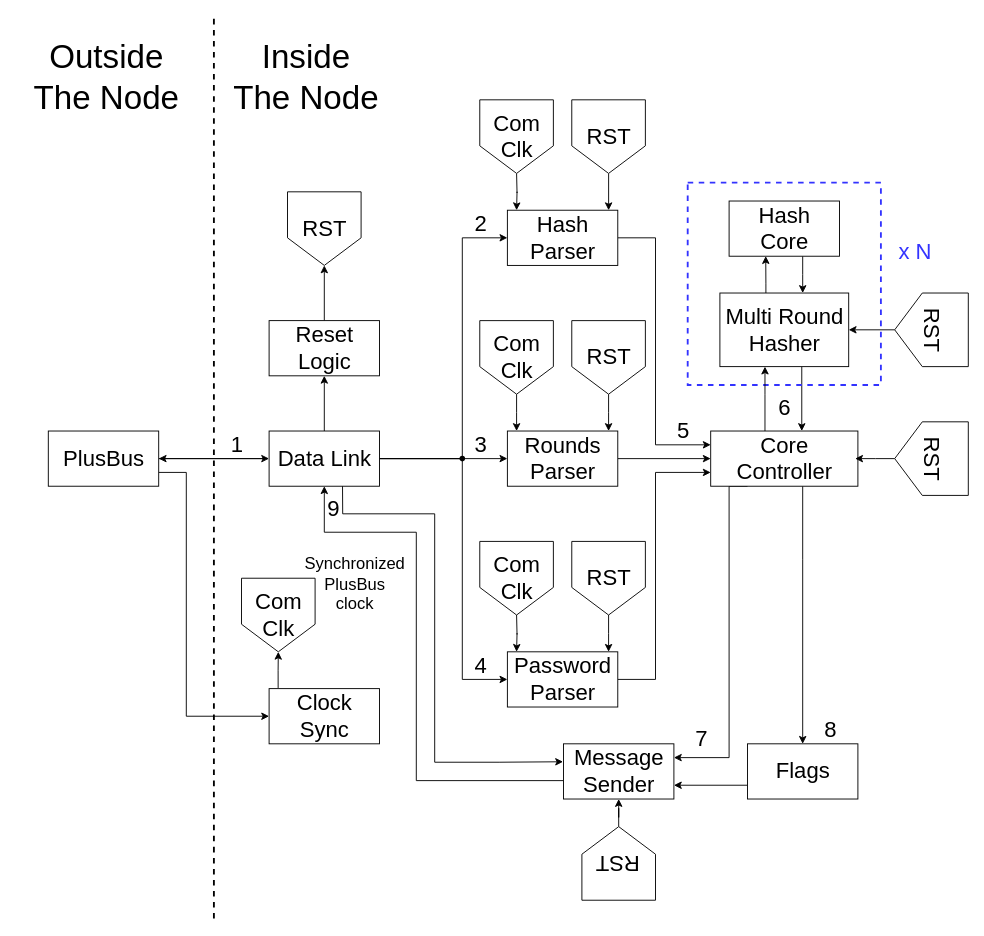
The draw.io diagram figures/prototype/node_structure/node_structure.drawio in Niclasapdk/ESD3_project, before the edit. Source tidied: cells renumbered, new cells numbered last; positions are measured from the earlier drawing's top-left corner, leaving out a move shared by most shapes. Both pictures are drawn from the tidied source at 92%, with x=0, y=0 at pixel (29, 17).
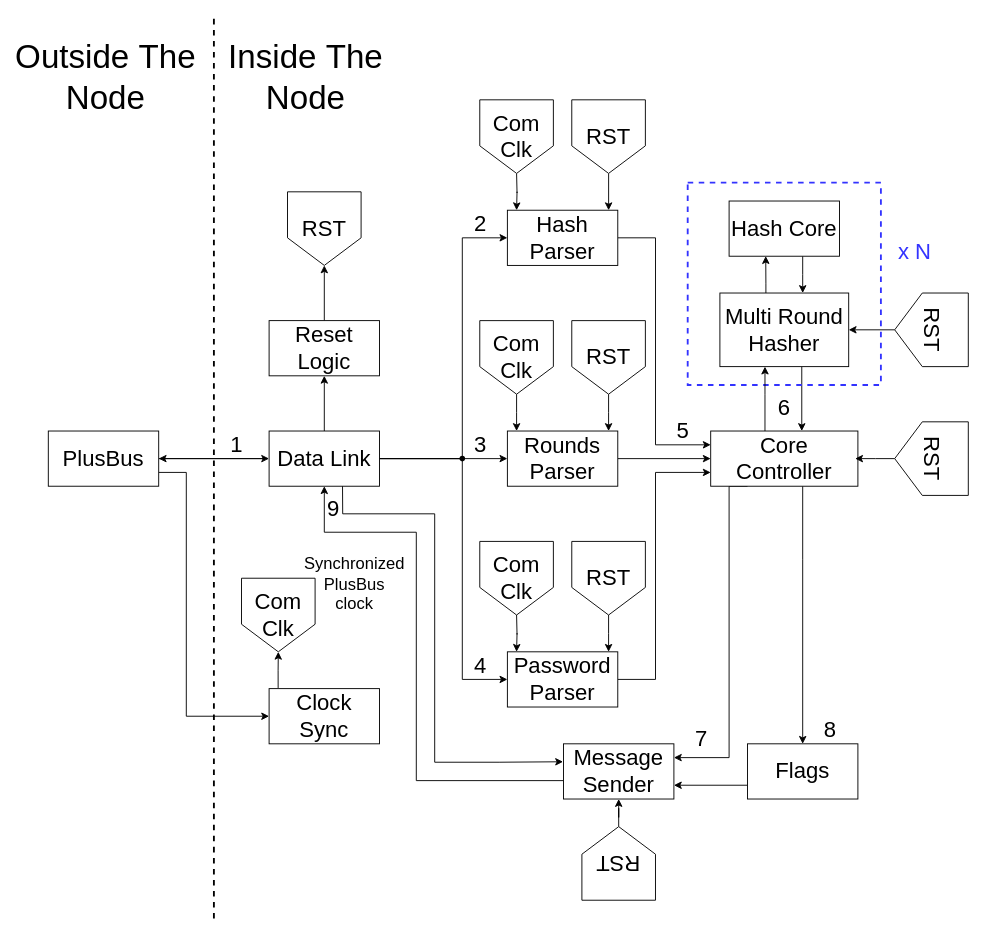
Above is the later version.

Commit message:
turn word wrap back on in node_structure.drawio

Change to the diagram source:
```diff
@@
-    <mxCell id="4" value="&lt;font style=&quot;font-size: 24px;&quot;&gt;PlusBus&lt;/font&gt;" style="rounded=0;html=1;fontSize=16;" parent="1" vertex="1">
+    <mxCell id="4" value="&lt;font style=&quot;font-size: 24px;&quot;&gt;PlusBus&lt;/font&gt;" style="rounded=0;html=1;fontSize=16;whiteSpace=wrap;" parent="1" vertex="1">
       <mxGeometry x="20" y="450" width="120" height="60" as="geometry" />
     </mxCell>
@@
-    <mxCell id="7" value="&lt;font style=&quot;font-size: 24px;&quot;&gt;Clock&lt;br&gt;Sync&lt;br&gt;&lt;/font&gt;" style="rounded=0;html=1;" parent="1" vertex="1">
+    <mxCell id="7" value="&lt;font style=&quot;font-size: 24px;&quot;&gt;Clock Sync&lt;br&gt;&lt;/font&gt;" style="rounded=0;html=1;whiteSpace=wrap;" parent="1" vertex="1">
       <mxGeometry x="260" y="730" width="120" height="60" as="geometry" />
     </mxCell>
@@
-    <mxCell id="12" value="&lt;font style=&quot;font-size: 24px;&quot;&gt;Data Link&lt;br&gt;&lt;/font&gt;" style="rounded=0;html=1;" parent="1" vertex="1">
+    <mxCell id="12" value="&lt;font style=&quot;font-size: 24px;&quot;&gt;Data Link&lt;br&gt;&lt;/font&gt;" style="rounded=0;html=1;whiteSpace=wrap;" parent="1" vertex="1">
       <mxGeometry x="260" y="450" width="120" height="60" as="geometry" />
     </mxCell>
-    <mxCell id="13" value="&lt;font style=&quot;font-size: 24px;&quot;&gt;Com&lt;br&gt;Clk&lt;br&gt;&lt;/font&gt;" style="shape=offPageConnector;html=1;" parent="1" vertex="1">
+    <mxCell id="13" value="&lt;font style=&quot;font-size: 24px;&quot;&gt;Com Clk&lt;br&gt;&lt;/font&gt;" style="shape=offPageConnector;html=1;whiteSpace=wrap;" parent="1" vertex="1">
       <mxGeometry x="230" y="610" width="80" height="80" as="geometry" />
     </mxCell>
@@
-    <mxCell id="15" value="&lt;font style=&quot;font-size: 24px;&quot;&gt;Reset&lt;br&gt;Logic&lt;br&gt;&lt;/font&gt;" style="rounded=0;html=1;fontSize=16;" parent="1" vertex="1">
+    <mxCell id="15" value="&lt;font style=&quot;font-size: 24px;&quot;&gt;Reset Logic&lt;br&gt;&lt;/font&gt;" style="rounded=0;html=1;fontSize=16;whiteSpace=wrap;" parent="1" vertex="1">
       <mxGeometry x="260" y="330" width="120" height="60" as="geometry" />
     </mxCell>
-    <mxCell id="16" value="&lt;font style=&quot;font-size: 24px;&quot;&gt;RST&lt;/font&gt;" style="shape=offPageConnector;html=1;" parent="1" vertex="1">
+    <mxCell id="16" value="&lt;font style=&quot;font-size: 24px;&quot;&gt;RST&lt;/font&gt;" style="shape=offPageConnector;html=1;whiteSpace=wrap;" parent="1" vertex="1">
       <mxGeometry x="280" y="190" width="80" height="80" as="geometry" />
     </mxCell>
@@
-    <mxCell id="18" value="&lt;font style=&quot;font-size: 24px;&quot;&gt;Rounds&lt;br&gt;Parser&lt;br&gt;&lt;/font&gt;" style="rounded=0;html=1;fontSize=16;" parent="1" vertex="1">
+    <mxCell id="18" value="&lt;font style=&quot;font-size: 24px;&quot;&gt;Rounds Parser&lt;br&gt;&lt;/font&gt;" style="rounded=0;html=1;fontSize=16;whiteSpace=wrap;" parent="1" vertex="1">
       <mxGeometry x="519" y="450" width="120" height="60" as="geometry" />
     </mxCell>
@@
-    <mxCell id="20" value="&lt;font style=&quot;font-size: 24px;&quot;&gt;Hash&lt;br&gt;Parser&lt;br&gt;&lt;/font&gt;" style="rounded=0;html=1;fontSize=16;" parent="1" vertex="1">
+    <mxCell id="20" value="&lt;font style=&quot;font-size: 24px;&quot;&gt;Hash Parser&lt;br&gt;&lt;/font&gt;" style="rounded=0;html=1;fontSize=16;whiteSpace=wrap;" parent="1" vertex="1">
       <mxGeometry x="519" y="210" width="120" height="60" as="geometry" />
     </mxCell>
@@
-    <mxCell id="22" value="&lt;font style=&quot;font-size: 24px;&quot;&gt;Password&lt;br&gt;Parser&lt;br&gt;&lt;/font&gt;" style="rounded=0;html=1;fontSize=16;" parent="1" vertex="1">
+    <mxCell id="22" value="&lt;font style=&quot;font-size: 24px;&quot;&gt;Password Parser&lt;br&gt;&lt;/font&gt;" style="rounded=0;html=1;fontSize=16;whiteSpace=wrap;" parent="1" vertex="1">
       <mxGeometry x="519" y="690" width="120" height="60" as="geometry" />
     </mxCell>
@@
-    <mxCell id="24" value="&lt;font style=&quot;font-size: 24px;&quot;&gt;Com&lt;br&gt;Clk&lt;br&gt;&lt;/font&gt;" style="shape=offPageConnector;html=1;" parent="1" vertex="1">
+    <mxCell id="24" value="&lt;font style=&quot;font-size: 24px;&quot;&gt;Com Clk&lt;br&gt;&lt;/font&gt;" style="shape=offPageConnector;html=1;whiteSpace=wrap;" parent="1" vertex="1">
       <mxGeometry x="489" y="90" width="80" height="80" as="geometry" />
     </mxCell>
@@
-    <mxCell id="26" value="&lt;font style=&quot;font-size: 24px;&quot;&gt;Com&lt;br&gt;Clk&lt;br&gt;&lt;/font&gt;" style="shape=offPageConnector;html=1;" parent="1" vertex="1">
+    <mxCell id="26" value="&lt;font style=&quot;font-size: 24px;&quot;&gt;Com Clk&lt;br&gt;&lt;/font&gt;" style="shape=offPageConnector;html=1;whiteSpace=wrap;" parent="1" vertex="1">
       <mxGeometry x="489" y="330" width="80" height="80" as="geometry" />
     </mxCell>
@@
-    <mxCell id="28" value="&lt;font style=&quot;font-size: 24px;&quot;&gt;Com&lt;br&gt;Clk&lt;br&gt;&lt;/font&gt;" style="shape=offPageConnector;html=1;" parent="1" vertex="1">
+    <mxCell id="28" value="&lt;font style=&quot;font-size: 24px;&quot;&gt;Com Clk&lt;br&gt;&lt;/font&gt;" style="shape=offPageConnector;html=1;whiteSpace=wrap;" parent="1" vertex="1">
       <mxGeometry x="489" y="570" width="80" height="80" as="geometry" />
     </mxCell>
@@
-    <mxCell id="30" value="&lt;font style=&quot;font-size: 24px;&quot;&gt;RST&lt;/font&gt;" style="shape=offPageConnector;html=1;" parent="1" vertex="1">
+    <mxCell id="30" value="&lt;font style=&quot;font-size: 24px;&quot;&gt;RST&lt;/font&gt;" style="shape=offPageConnector;html=1;whiteSpace=wrap;" parent="1" vertex="1">
       <mxGeometry x="589" y="90" width="80" height="80" as="geometry" />
     </mxCell>
@@
-    <mxCell id="32" value="&lt;font style=&quot;font-size: 24px;&quot;&gt;RST&lt;/font&gt;" style="shape=offPageConnector;html=1;" parent="1" vertex="1">
+    <mxCell id="32" value="&lt;font style=&quot;font-size: 24px;&quot;&gt;RST&lt;/font&gt;" style="shape=offPageConnector;html=1;whiteSpace=wrap;" parent="1" vertex="1">
       <mxGeometry x="589" y="330" width="80" height="80" as="geometry" />
     </mxCell>
@@
-    <mxCell id="34" value="&lt;font style=&quot;font-size: 24px;&quot;&gt;RST&lt;/font&gt;" style="shape=offPageConnector;html=1;" parent="1" vertex="1">
+    <mxCell id="34" value="&lt;font style=&quot;font-size: 24px;&quot;&gt;RST&lt;/font&gt;" style="shape=offPageConnector;html=1;whiteSpace=wrap;" parent="1" vertex="1">
       <mxGeometry x="589" y="570" width="80" height="80" as="geometry" />
     </mxCell>
@@
-    <mxCell id="37" value="&lt;font style=&quot;font-size: 24px;&quot;&gt;Core&lt;br&gt;Controller&lt;br&gt;&lt;/font&gt;" style="rounded=0;html=1;fontSize=16;" parent="1" vertex="1">
+    <mxCell id="37" value="&lt;font style=&quot;font-size: 24px;&quot;&gt;Core Controller&lt;br&gt;&lt;/font&gt;" style="rounded=0;html=1;fontSize=16;whiteSpace=wrap;" parent="1" vertex="1">
       <mxGeometry x="740" y="450" width="160" height="60" as="geometry" />
     </mxCell>
@@
-    <mxCell id="39" value="&lt;font style=&quot;font-size: 24px;&quot;&gt;Message&lt;br&gt;Sender&lt;font&gt;&lt;br&gt;&lt;/font&gt;&lt;/font&gt;" style="rounded=0;html=1;fontSize=16;" parent="1" vertex="1">
+    <mxCell id="39" value="&lt;font style=&quot;font-size: 24px;&quot;&gt;Message Sender&lt;font&gt;&lt;br&gt;&lt;/font&gt;&lt;/font&gt;" style="rounded=0;html=1;fontSize=16;whiteSpace=wrap;" parent="1" vertex="1">
       <mxGeometry x="580" y="790" width="120" height="60" as="geometry" />
     </mxCell>
@@
-    <mxCell id="41" value="&lt;font style=&quot;font-size: 24px;&quot;&gt;Flags&lt;/font&gt;" style="rounded=0;html=1;fontSize=16;" parent="1" vertex="1">
+    <mxCell id="41" value="&lt;font style=&quot;font-size: 24px;&quot;&gt;Flags&lt;/font&gt;" style="rounded=0;html=1;fontSize=16;whiteSpace=wrap;" parent="1" vertex="1">
       <mxGeometry x="780" y="790" width="120" height="60" as="geometry" />
     </mxCell>
@@
-    <mxCell id="43" style="rounded=0;html=1;fontSize=16;gradientColor=none;fillColor=none;dashed=1;strokeWidth=2;strokeColor=#3333FF;" parent="1" vertex="1">
+    <mxCell id="43" style="rounded=0;html=1;fontSize=16;gradientColor=none;fillColor=none;dashed=1;strokeWidth=2;strokeColor=#3333FF;whiteSpace=wrap;" parent="1" vertex="1">
       <mxGeometry x="715" y="180" width="210" height="220" as="geometry" />
     </mxCell>
@@
-    <mxCell id="45" value="&lt;font style=&quot;font-size: 24px;&quot;&gt;Multi Round&lt;br&gt;Hasher&lt;br&gt;&lt;/font&gt;" style="rounded=0;html=1;fontSize=16;" parent="1" vertex="1">
+    <mxCell id="45" value="&lt;font style=&quot;font-size: 24px;&quot;&gt;Multi Round Hasher&lt;br&gt;&lt;/font&gt;" style="rounded=0;html=1;fontSize=16;whiteSpace=wrap;" parent="1" vertex="1">
       <mxGeometry x="750" y="300" width="140" height="80" as="geometry" />
     </mxCell>
@@
-    <mxCell id="47" value="&lt;font style=&quot;font-size: 24px;&quot;&gt;Hash&lt;br&gt;Core&lt;br&gt;&lt;/font&gt;" style="rounded=0;html=1;fontSize=16;" parent="1" vertex="1">
+    <mxCell id="47" value="&lt;font style=&quot;font-size: 24px;&quot;&gt;Hash Core&lt;br&gt;&lt;/font&gt;" style="rounded=0;html=1;fontSize=16;whiteSpace=wrap;" parent="1" vertex="1">
       <mxGeometry x="760" y="200" width="120" height="60" as="geometry" />
     </mxCell>
-    <mxCell id="48" value="&lt;font color=&quot;#3333ff&quot; style=&quot;font-size: 24px;&quot;&gt;x N&lt;br&gt;&lt;/font&gt;" style="text;html=1;strokeColor=none;fillColor=none;align=center;verticalAlign=middle;rounded=0;" parent="1" vertex="1">
+    <mxCell id="48" value="&lt;font color=&quot;#3333ff&quot; style=&quot;font-size: 24px;&quot;&gt;x N&lt;br&gt;&lt;/font&gt;" style="text;html=1;strokeColor=none;fillColor=none;align=center;verticalAlign=middle;rounded=0;whiteSpace=wrap;" parent="1" vertex="1">
       <mxGeometry x="932" y="240" width="60" height="30" as="geometry" />
     </mxCell>
@@
-    <mxCell id="50" value="&lt;div&gt;&lt;font style=&quot;font-size: 36px;&quot;&gt;Inside&lt;/font&gt;&lt;/div&gt;&lt;div&gt;&lt;font style=&quot;font-size: 36px;&quot;&gt;The Node&lt;/font&gt;&lt;/div&gt;" style="text;html=1;strokeColor=none;fillColor=none;align=center;verticalAlign=middle;rounded=0;" parent="1" vertex="1">
+    <mxCell id="50" value="&lt;div&gt;&lt;font style=&quot;font-size: 36px;&quot;&gt;Inside&amp;nbsp;&lt;/font&gt;&lt;span style=&quot;font-size: 36px; background-color: initial;&quot;&gt;The Node&lt;/span&gt;&lt;/div&gt;" style="text;html=1;strokeColor=none;fillColor=none;align=center;verticalAlign=middle;rounded=0;whiteSpace=wrap;" parent="1" vertex="1">
       <mxGeometry x="195" y="50" width="210" height="30" as="geometry" />
     </mxCell>
-    <mxCell id="51" value="&lt;font style=&quot;font-size: 36px;&quot;&gt;Outside&lt;br&gt;&lt;font&gt;The Node&lt;/font&gt;&lt;/font&gt;" style="text;html=1;strokeColor=none;fillColor=none;align=center;verticalAlign=middle;rounded=0;" parent="1" vertex="1">
+    <mxCell id="51" value="&lt;font style=&quot;font-size: 36px;&quot;&gt;Outside&amp;nbsp;&lt;font&gt;The Node&lt;/font&gt;&lt;/font&gt;" style="text;html=1;strokeColor=none;fillColor=none;align=center;verticalAlign=middle;rounded=0;whiteSpace=wrap;" parent="1" vertex="1">
       <mxGeometry y="25" width="165" height="80" as="geometry" />
     </mxCell>
-    <mxCell id="52" value="&lt;font style=&quot;font-size: 24px;&quot;&gt;2&lt;/font&gt;" style="text;html=1;strokeColor=none;fillColor=none;align=center;verticalAlign=middle;rounded=0;" parent="1" vertex="1">
+    <mxCell id="52" value="&lt;font style=&quot;font-size: 24px;&quot;&gt;2&lt;/font&gt;" style="text;html=1;strokeColor=none;fillColor=none;align=center;verticalAlign=middle;rounded=0;whiteSpace=wrap;" parent="1" vertex="1">
       <mxGeometry x="460" y="210" width="60" height="30" as="geometry" />
     </mxCell>
-    <mxCell id="53" value="&lt;font style=&quot;font-size: 24px;&quot;&gt;1&lt;/font&gt;" style="text;html=1;strokeColor=none;fillColor=none;align=center;verticalAlign=middle;rounded=0;" parent="1" vertex="1">
+    <mxCell id="53" value="&lt;font style=&quot;font-size: 24px;&quot;&gt;1&lt;/font&gt;" style="text;html=1;strokeColor=none;fillColor=none;align=center;verticalAlign=middle;rounded=0;whiteSpace=wrap;" parent="1" vertex="1">
       <mxGeometry x="195" y="450" width="60" height="30" as="geometry" />
     </mxCell>
-    <mxCell id="54" value="&lt;font style=&quot;font-size: 24px;&quot;&gt;3&lt;/font&gt;" style="text;html=1;strokeColor=none;fillColor=none;align=center;verticalAlign=middle;rounded=0;" parent="1" vertex="1">
+    <mxCell id="54" value="&lt;font style=&quot;font-size: 24px;&quot;&gt;3&lt;/font&gt;" style="text;html=1;strokeColor=none;fillColor=none;align=center;verticalAlign=middle;rounded=0;whiteSpace=wrap;" parent="1" vertex="1">
       <mxGeometry x="460" y="450" width="60" height="30" as="geometry" />
     </mxCell>
-    <mxCell id="55" value="&lt;font style=&quot;font-size: 24px;&quot;&gt;4&lt;/font&gt;" style="text;html=1;strokeColor=none;fillColor=none;align=center;verticalAlign=middle;rounded=0;" parent="1" vertex="1">
+    <mxCell id="55" value="&lt;font style=&quot;font-size: 24px;&quot;&gt;4&lt;/font&gt;" style="text;html=1;strokeColor=none;fillColor=none;align=center;verticalAlign=middle;rounded=0;whiteSpace=wrap;" parent="1" vertex="1">
       <mxGeometry x="460" y="690" width="60" height="30" as="geometry" />
     </mxCell>
-    <mxCell id="56" value="&lt;font style=&quot;font-size: 24px;&quot;&gt;5&lt;/font&gt;" style="text;html=1;strokeColor=none;fillColor=none;align=center;verticalAlign=middle;rounded=0;" parent="1" vertex="1">
+    <mxCell id="56" value="&lt;font style=&quot;font-size: 24px;&quot;&gt;5&lt;/font&gt;" style="text;html=1;strokeColor=none;fillColor=none;align=center;verticalAlign=middle;rounded=0;whiteSpace=wrap;" parent="1" vertex="1">
       <mxGeometry x="680" y="435" width="60" height="30" as="geometry" />
     </mxCell>
@@
-    <mxCell id="58" value="&lt;font style=&quot;font-size: 24px;&quot;&gt;6&lt;/font&gt;" style="text;html=1;strokeColor=none;fillColor=none;align=center;verticalAlign=middle;rounded=0;" parent="1" vertex="1">
+    <mxCell id="58" value="&lt;font style=&quot;font-size: 24px;&quot;&gt;6&lt;/font&gt;" style="text;html=1;strokeColor=none;fillColor=none;align=center;verticalAlign=middle;rounded=0;whiteSpace=wrap;" parent="1" vertex="1">
       <mxGeometry x="790" y="410" width="60" height="30" as="geometry" />
     </mxCell>
-    <mxCell id="59" value="&lt;font style=&quot;font-size: 24px;&quot;&gt;7&lt;/font&gt;" style="text;html=1;strokeColor=none;fillColor=none;align=center;verticalAlign=middle;rounded=0;" parent="1" vertex="1">
+    <mxCell id="59" value="&lt;font style=&quot;font-size: 24px;&quot;&gt;7&lt;/font&gt;" style="text;html=1;strokeColor=none;fillColor=none;align=center;verticalAlign=middle;rounded=0;whiteSpace=wrap;" parent="1" vertex="1">
       <mxGeometry x="700" y="770" width="60" height="30" as="geometry" />
     </mxCell>
-    <mxCell id="60" value="&lt;font style=&quot;font-size: 18px;&quot;&gt;Synchronized&lt;br&gt;PlusBus&lt;br&gt;clock&lt;br&gt;&lt;/font&gt;" style="text;html=1;strokeColor=none;fillColor=none;align=center;verticalAlign=middle;rounded=0;" parent="1" vertex="1">
+    <mxCell id="60" value="&lt;font style=&quot;font-size: 18px;&quot;&gt;Synchronized PlusBus clock&lt;br&gt;&lt;/font&gt;" style="text;html=1;strokeColor=none;fillColor=none;align=center;verticalAlign=middle;rounded=0;whiteSpace=wrap;" parent="1" vertex="1">
       <mxGeometry x="303" y="572" width="100" height="90" as="geometry" />
     </mxCell>
-    <mxCell id="61" value="&lt;font style=&quot;font-size: 24px;&quot;&gt;8&lt;/font&gt;" style="text;html=1;strokeColor=none;fillColor=none;align=center;verticalAlign=middle;rounded=0;" parent="1" vertex="1">
+    <mxCell id="61" value="&lt;font style=&quot;font-size: 24px;&quot;&gt;8&lt;/font&gt;" style="text;html=1;strokeColor=none;fillColor=none;align=center;verticalAlign=middle;rounded=0;whiteSpace=wrap;" parent="1" vertex="1">
       <mxGeometry x="840" y="760" width="60" height="30" as="geometry" />
     </mxCell>
@@
-    <mxCell id="63" value="&lt;font style=&quot;font-size: 24px;&quot;&gt;9&lt;/font&gt;" style="text;html=1;strokeColor=none;fillColor=none;align=center;verticalAlign=middle;rounded=0;" parent="1" vertex="1">
+    <mxCell id="63" value="&lt;font style=&quot;font-size: 24px;&quot;&gt;9&lt;/font&gt;" style="text;html=1;strokeColor=none;fillColor=none;align=center;verticalAlign=middle;rounded=0;whiteSpace=wrap;" parent="1" vertex="1">
       <mxGeometry x="300" y="520" width="60" height="30" as="geometry" />
     </mxCell>
@@
-    <mxCell id="66" value="&lt;font style=&quot;font-size: 24px;&quot;&gt;RST&lt;/font&gt;" style="shape=offPageConnector;html=1;rotation=90;" parent="1" vertex="1">
+    <mxCell id="66" value="&lt;font style=&quot;font-size: 24px;&quot;&gt;RST&lt;/font&gt;" style="shape=offPageConnector;html=1;rotation=90;whiteSpace=wrap;" parent="1" vertex="1">
       <mxGeometry x="940" y="300" width="80" height="80" as="geometry" />
     </mxCell>
@@
-    <mxCell id="68" value="&lt;font style=&quot;font-size: 24px;&quot;&gt;RST&lt;/font&gt;" style="shape=offPageConnector;html=1;rotation=90;" parent="1" vertex="1">
+    <mxCell id="68" value="&lt;font style=&quot;font-size: 24px;&quot;&gt;RST&lt;/font&gt;" style="shape=offPageConnector;html=1;rotation=90;whiteSpace=wrap;" parent="1" vertex="1">
       <mxGeometry x="940" y="440" width="80" height="80" as="geometry" />
     </mxCell>
@@
-    <mxCell id="70" value="&lt;font style=&quot;font-size: 24px;&quot;&gt;RST&lt;/font&gt;" style="shape=offPageConnector;html=1;rotation=-180;" parent="1" vertex="1">
+    <mxCell id="70" value="&lt;font style=&quot;font-size: 24px;&quot;&gt;RST&lt;/font&gt;" style="shape=offPageConnector;html=1;rotation=-180;whiteSpace=wrap;" parent="1" vertex="1">
       <mxGeometry x="600" y="880" width="80" height="80" as="geometry" />
     </mxCell>
```
